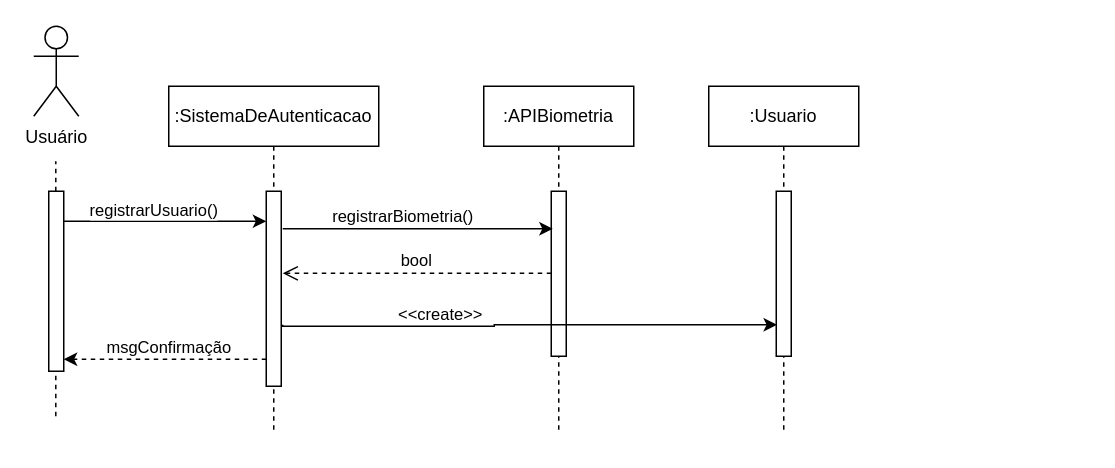
The draw.io diagram diagrama_sequencia/Diagrama_Sequencia_UC02.drawio in gb-cs-rt/home_broker, before the edit. Source tidied: cells renumbered, new cells numbered last; positions are measured from the earlier drawing's top-left corner, leaving out a move shared by most shapes. Both pictures are drawn from the tidied source at 150%, with x=0, y=0 at pixel (33, 26).
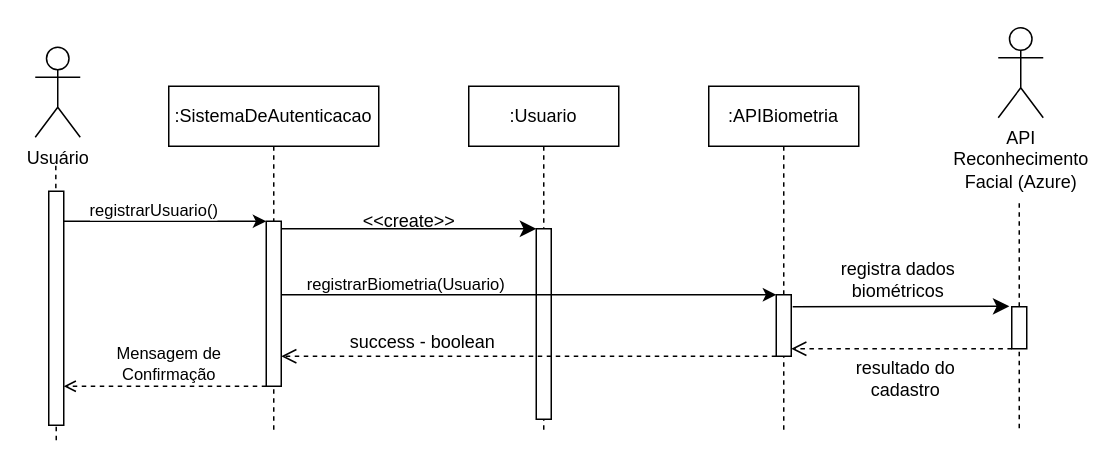
After the change.

The change refers to these unchanged cells:
```xml
<mxCell id="9" value=":SistemaDeAutenticacao" style="shape=umlLifeline;perimeter=lifelinePerimeter;whiteSpace=wrap;html=1;newEdgeStyle={&quot;curved&quot;:0,&quot;rounded&quot;:0};" parent="1" vertex="1">
  <mxGeometry x="90" y="40" width="140" height="230" as="geometry" />
</mxCell>
```

Diff of the diagram source:
```diff
@@
     <mxCell id="2" value=":Usuario" style="shape=umlLifeline;perimeter=lifelinePerimeter;whiteSpace=wrap;html=1;newEdgeStyle={&quot;edgeStyle&quot;:&quot;elbowEdgeStyle&quot;,&quot;elbow&quot;:&quot;vertical&quot;,&quot;curved&quot;:0,&quot;rounded&quot;:0};" parent="1" vertex="1">
-      <mxGeometry x="450" y="40" width="100" height="230" as="geometry" />
+      <mxGeometry x="290" y="40" width="100" height="230" as="geometry" />
     </mxCell>
     <mxCell id="3" style="html=1;perimeter=orthogonalPerimeter;targetShapes=umlLifeline;newEdgeStyle={&quot;edgeStyle&quot;:&quot;elbowEdgeStyle&quot;,&quot;elbow&quot;:&quot;vertical&quot;,&quot;curved&quot;:0,&quot;rounded&quot;:0};" parent="2" vertex="1">
-      <mxGeometry x="45" y="70" width="10" height="110" as="geometry" />
+      <mxGeometry x="45" y="95" width="10" height="127" as="geometry" />
     </mxCell>
     <mxCell id="4" value="Usuário" style="shape=umlActor;verticalLabelPosition=bottom;verticalAlign=top;html=1;" parent="1" vertex="1">
-      <mxGeometry width="30" height="60" as="geometry" />
+      <mxGeometry x="1" y="14" width="30" height="60" as="geometry" />
     </mxCell>
     <mxCell id="5" style="endArrow=none;dashed=1;html=1;rounded=0;" parent="1" edge="1">
       <mxGeometry relative="1" as="geometry">
-        <mxPoint x="14.7" y="260" as="sourcePoint" />
+        <mxPoint x="15" y="276" as="sourcePoint" />
         <mxPoint x="14.7" y="90" as="targetPoint" />
       </mxGeometry>
     </mxCell>
@@
     <mxCell id="8" style="html=1;perimeter=orthogonalPerimeter;targetShapes=umlLifeline;newEdgeStyle={&quot;curved&quot;:0,&quot;rounded&quot;:0};" parent="1" vertex="1">
-      <mxGeometry x="10" y="110" width="10" height="120" as="geometry" />
+      <mxGeometry x="10" y="110" width="10" height="156" as="geometry" />
     </mxCell>
@@
     <mxCell id="10" style="html=1;points=[[0,0,0,0,5],[0,1,0,0,-5],[1,0,0,0,5],[1,1,0,0,-5]];perimeter=orthogonalPerimeter;outlineConnect=0;targetShapes=umlLifeline;portConstraint=eastwest;newEdgeStyle={&quot;curved&quot;:0,&quot;rounded&quot;:0};" parent="9" vertex="1">
-      <mxGeometry x="65" y="70" width="10" height="130" as="geometry" />
+      <mxGeometry x="65" y="90" width="10" height="110" as="geometry" />
     </mxCell>
     <mxCell id="11" value=":APIBiometria" style="shape=umlLifeline;perimeter=lifelinePerimeter;whiteSpace=wrap;html=1;newEdgeStyle={&quot;curved&quot;:0,&quot;rounded&quot;:0};" parent="1" vertex="1">
-      <mxGeometry x="300" y="40" width="100" height="230" as="geometry" />
+      <mxGeometry x="450" y="40" width="100" height="230" as="geometry" />
     </mxCell>
     <mxCell id="12" style="html=1;points=[[0,0,0,0,5],[0,1,0,0,-5],[1,0,0,0,5],[1,1,0,0,-5]];perimeter=orthogonalPerimeter;outlineConnect=0;targetShapes=umlLifeline;portConstraint=eastwest;newEdgeStyle={&quot;curved&quot;:0,&quot;rounded&quot;:0};" parent="11" vertex="1">
-      <mxGeometry x="45" y="70" width="10" height="110" as="geometry" />
+      <mxGeometry x="45" y="139" width="10" height="41" as="geometry" />
     </mxCell>
-    <mxCell id="13" style="edgeStyle=orthogonalEdgeStyle;rounded=0;orthogonalLoop=1;jettySize=auto;html=1;curved=0;entryX=0.5;entryY=0.227;entryDx=0;entryDy=0;entryPerimeter=0;" parent="1" edge="1">
-      <mxGeometry relative="1" as="geometry">
-        <mxPoint x="166" y="135" as="sourcePoint" />
-        <mxPoint x="346" y="135" as="targetPoint" />
-      </mxGeometry>
-    </mxCell>
-    <mxCell id="14" value="registrarBiometria()" style="edgeLabel;html=1;align=center;verticalAlign=middle;" parent="13" vertex="1">
-      <mxGeometry x="-0.39" y="-2" relative="1" as="geometry">
-        <mxPoint x="24" y="-11" as="offset" />
-      </mxGeometry>
-    </mxCell>
-    <mxCell id="15" style="edgeStyle=orthogonalEdgeStyle;rounded=0;orthogonalLoop=1;jettySize=auto;html=1;curved=0;" parent="1" edge="1">
-      <mxGeometry relative="1" as="geometry">
-        <mxPoint x="166" y="199" as="sourcePoint" />
-        <mxPoint x="495.5" y="199" as="targetPoint" />
-        <Array as="points">
-          <mxPoint x="307" y="200" />
-          <mxPoint x="307" y="199" />
-        </Array>
-      </mxGeometry>
-    </mxCell>
-    <mxCell id="16" value="&amp;lt;&amp;lt;create&amp;gt;&amp;gt;" style="edgeLabel;html=1;align=center;verticalAlign=middle;" parent="15" vertex="1">
-      <mxGeometry x="-0.02" y="2" relative="1" as="geometry">
-        <mxPoint x="-56" y="-6" as="offset" />
-      </mxGeometry>
-    </mxCell>
-    <mxCell id="17" style="edgeStyle=orthogonalEdgeStyle;rounded=0;orthogonalLoop=1;jettySize=auto;html=1;curved=0;dashed=1;" parent="1" edge="1">
+    <mxCell id="17" style="edgeStyle=orthogonalEdgeStyle;rounded=0;orthogonalLoop=1;jettySize=auto;html=1;curved=0;dashed=1;endArrow=open;endFill=0;" parent="1" edge="1">
       <mxGeometry relative="1" as="geometry">
-        <mxPoint x="155" y="222" as="sourcePoint" />
-        <mxPoint x="20" y="222" as="targetPoint" />
+        <mxPoint x="155" y="240" as="sourcePoint" />
+        <mxPoint x="20" y="240" as="targetPoint" />
         <Array as="points">
-          <mxPoint x="120" y="222" />
-          <mxPoint x="120" y="222" />
+          <mxPoint x="120" y="240" />
+          <mxPoint x="120" y="240" />
         </Array>
       </mxGeometry>
     </mxCell>
-    <mxCell id="18" value="msgConfirmação" style="edgeLabel;html=1;align=center;verticalAlign=middle;" parent="17" vertex="1">
+    <mxCell id="18" value="Mensagem de&lt;div&gt;Confirmação&lt;/div&gt;" style="edgeLabel;html=1;align=center;verticalAlign=middle;" parent="17" vertex="1">
       <mxGeometry x="-0.13" y="1" relative="1" as="geometry">
-        <mxPoint x="-7" y="-10" as="offset" />
+        <mxPoint x="-7" y="-17" as="offset" />
       </mxGeometry>
     </mxCell>
-    <mxCell id="19" value="bool" style="html=1;verticalAlign=bottom;endArrow=open;dashed=1;endSize=8;curved=0;rounded=0;" parent="1" edge="1" source="12">
+    <mxCell id="19" style="html=1;verticalAlign=bottom;endArrow=open;dashed=1;endSize=8;curved=0;rounded=0;" parent="1" edge="1" target="10">
       <mxGeometry relative="1" as="geometry">
-        <mxPoint x="166" y="164.7" as="targetPoint" />
+        <mxPoint x="495" y="220" as="sourcePoint" />
       </mxGeometry>
     </mxCell>
+    <mxCell id="20" style="endArrow=classic;html=1;rounded=0;fontSize=12;startSize=8;endSize=8;curved=1;" parent="1" edge="1" source="10">
+      <mxGeometry relative="1" as="geometry">
+        <mxPoint x="335" y="135" as="targetPoint" />
+      </mxGeometry>
+    </mxCell>
+    <mxCell id="16" value="&amp;lt;&amp;lt;create&amp;gt;&amp;gt;" style="text;html=1;align=center;verticalAlign=middle;strokeColor=none;fillColor=none;fontSize=12;" parent="1" vertex="1">
+      <mxGeometry x="210" y="115" width="80" height="30" as="geometry" />
+    </mxCell>
+    <mxCell id="21" style="edgeStyle=orthogonalEdgeStyle;rounded=0;jettySize=auto;html=1;curved=0;" parent="1" edge="1" source="10" target="12">
+      <mxGeometry relative="1" as="geometry">
+        <Array as="points">
+          <mxPoint x="248" y="179" />
+          <mxPoint x="248" y="179" />
+        </Array>
+      </mxGeometry>
+    </mxCell>
+    <mxCell id="22" value="registrarBiometria(Usuario)" style="edgeLabel;html=1;align=center;verticalAlign=middle;" parent="21" vertex="1">
+      <mxGeometry x="-0.39" y="-2" relative="1" as="geometry">
+        <mxPoint x="-19" y="-10" as="offset" />
+      </mxGeometry>
+    </mxCell>
+    <mxCell id="23" value="success - boolean" style="text;html=1;align=center;verticalAlign=middle;strokeColor=none;fillColor=none;fontSize=12;" parent="1" vertex="1">
+      <mxGeometry x="201" y="198" width="115" height="26" as="geometry" />
+    </mxCell>
+    <mxCell id="24" style="endArrow=none;dashed=1;html=1;rounded=0;" parent="1" edge="1" source="27">
+      <mxGeometry relative="1" as="geometry">
+        <mxPoint x="657" y="115" as="targetPoint" />
+      </mxGeometry>
+    </mxCell>
+    <mxCell id="25" value="API&lt;div&gt;Reconhecimento&lt;/div&gt;&lt;div&gt;Facial (Azure)&lt;/div&gt;" style="shape=umlActor;verticalLabelPosition=bottom;verticalAlign=top;html=1;" parent="1" vertex="1">
+      <mxGeometry x="643" y="1" width="30" height="60" as="geometry" />
+    </mxCell>
+    <mxCell id="26" style="endArrow=none;dashed=1;html=1;rounded=0;" parent="1" edge="1" target="27">
+      <mxGeometry relative="1" as="geometry">
+        <mxPoint x="657" y="268" as="sourcePoint" />
+      </mxGeometry>
+    </mxCell>
+    <mxCell id="27" style="rounded=0;whiteSpace=wrap;html=1;" parent="1" vertex="1">
+      <mxGeometry x="652" y="187" width="10" height="28" as="geometry" />
+    </mxCell>
+    <mxCell id="28" style="endArrow=classic;html=1;rounded=0;fontFamily=Helvetica;fontSize=12;fontColor=default;startSize=8;endSize=8;curved=1;entryX=-0.157;entryY=-0.01;entryDx=0;entryDy=0;entryPerimeter=0;" parent="1" edge="1" target="27">
+      <mxGeometry relative="1" as="geometry">
+        <mxPoint x="506" y="187" as="sourcePoint" />
+      </mxGeometry>
+    </mxCell>
+    <mxCell id="29" value="registra dados&lt;div&gt;biométricos&lt;/div&gt;" style="edgeLabel;html=1;align=center;verticalAlign=middle;fontSize=12;fontFamily=Helvetica;fontColor=default;fillColor=none;gradientColor=none;" parent="28" vertex="1">
+      <mxGeometry x="-0.11" width="94" height="41" relative="1" as="geometry">
+        <mxPoint x="-41" y="-38" as="offset" />
+      </mxGeometry>
+    </mxCell>
+    <mxCell id="30" style="endArrow=open;html=1;rounded=0;fontFamily=Helvetica;fontSize=12;fontColor=default;startSize=8;endSize=8;curved=1;dashed=1;endFill=0;" parent="1" edge="1" target="12">
+      <mxGeometry relative="1" as="geometry">
+        <mxPoint x="652" y="215" as="sourcePoint" />
+      </mxGeometry>
+    </mxCell>
+    <mxCell id="31" value="resultado do&lt;div&gt;cadastro&lt;/div&gt;" style="edgeLabel;html=1;align=center;verticalAlign=middle;fontSize=12;fontFamily=Helvetica;fontColor=default;fillColor=none;gradientColor=none;" parent="1" vertex="1">
+      <mxGeometry x="539" y="214" width="84" height="41" as="geometry" />
+    </mxCell>
```
